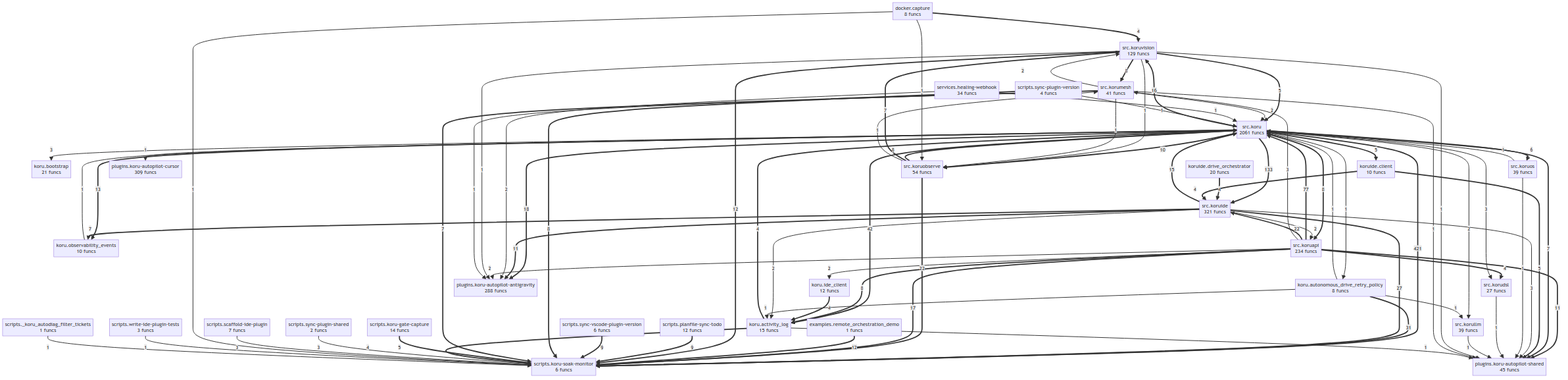
This is project/compact_flow.png from semcod/koru, a Mermaid export, as it was before one commit. Its source is kept beside it as project/compact_flow.mmd.
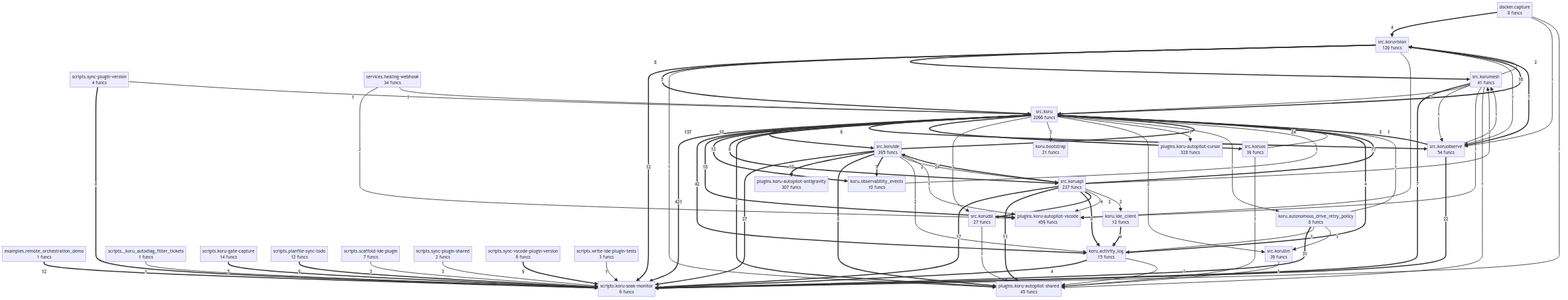
Above is the later version.

Diff of the diagram source:
```diff
@@ -6,11 +6,10 @@
     koru__bootstrap["koru.bootstrap<br/>21 funcs"]
     koru__ide_client["koru.ide_client<br/>12 funcs"]
     koru__observability_events["koru.observability_events<br/>10 funcs"]
-    koruide__client["koruide.client<br/>10 funcs"]
-    koruide__drive_orchestrator["koruide.drive_orchestrator<br/>20 funcs"]
-    plugins__koru_autopilot_antigravity["plugins.koru-autopilot-antigravity<br/>288 funcs"]
-    plugins__koru_autopilot_cursor["plugins.koru-autopilot-cursor<br/>309 funcs"]
+    plugins__koru_autopilot_antigravity["plugins.koru-autopilot-antigravity<br/>307 funcs"]
+    plugins__koru_autopilot_cursor["plugins.koru-autopilot-cursor<br/>328 funcs"]
     plugins__koru_autopilot_shared["plugins.koru-autopilot-shared<br/>45 funcs"]
+    plugins__koru_autopilot_vscode["plugins.koru-autopilot-vscode<br/>459 funcs"]
     scripts___koru_autodiag_filter_tickets["scripts._koru_autodiag_filter_tickets<br/>1 funcs"]
     scripts__koru_gate_capture["scripts.koru-gate-capture<br/>14 funcs"]
     scripts__koru_soak_monitor["scripts.koru-soak-monitor<br/>6 funcs"]
@@ -21,70 +20,66 @@
     scripts__sync_vscode_plugin_version["scripts.sync-vscode-plugin-version<br/>6 funcs"]
     scripts__write_ide_plugin_tests["scripts.write-ide-plugin-tests<br/>3 funcs"]
     services__healing_webhook["services.healing-webhook<br/>34 funcs"]
-    src__koru["src.koru<br/>2061 funcs"]
-    src__koruapi["src.koruapi<br/>234 funcs"]
+    src__koru["src.koru<br/>2066 funcs"]
+    src__koruapi["src.koruapi<br/>237 funcs"]
     src__korudsl["src.korudsl<br/>27 funcs"]
-    src__koruide["src.koruide<br/>321 funcs"]
+    src__koruide["src.koruide<br/>395 funcs"]
     src__korullm["src.korullm<br/>39 funcs"]
     src__korumesh["src.korumesh<br/>41 funcs"]
     src__koruobserve["src.koruobserve<br/>54 funcs"]
     src__koruos["src.koruos<br/>39 funcs"]
     src__koruvision["src.koruvision<br/>129 funcs"]
     src__koru ==>|421| scripts__koru_soak_monitor
-    src__koru ==>|133| src__koruide
+    src__koru ==>|137| src__koruide
     src__koruapi ==>|77| src__koru
     src__koru ==>|42| koru__activity_log
     koru__autonomous_drive_retry_policy ==>|31| scripts__koru_soak_monitor
     src__koruide ==>|27| scripts__koru_soak_monitor
+    src__koruapi ==>|24| src__koruide
+    src__koruide ==>|24| src__koru
     src__koruobserve ==>|22| scripts__koru_soak_monitor
-    src__koruapi ==>|22| src__koruide
-    src__koru ==>|18| plugins__koru_autopilot_antigravity
+    src__koru ==>|18| plugins__koru_autopilot_vscode
     src__koruapi ==>|17| scripts__koru_soak_monitor
     src__koru ==>|16| src__koruvision
-    src__koruide ==>|15| src__koru
     src__koru ==>|13| koru__observability_events
     examples__remote_orchestration_demo ==>|12| scripts__koru_soak_monitor
     src__koruvision ==>|12| scripts__koru_soak_monitor
     src__koruapi ==>|11| plugins__koru_autopilot_shared
-    src__koruide ==>|11| plugins__koru_autopilot_antigravity
+    src__koruide ==>|10| plugins__koru_autopilot_antigravity
     src__koru ==>|10| src__koruobserve
     scripts__planfile_sync_todo ==>|9| scripts__koru_soak_monitor
     scripts__sync_vscode_plugin_version ==>|9| scripts__koru_soak_monitor
     src__koruobserve ==>|8| src__koru
     src__koruapi ==>|8| koru__activity_log
     src__koruvision ==>|8| src__korumesh
+    src__koruide ==>|8| plugins__koru_autopilot_shared
     src__koru ==>|8| src__koruapi
     scripts__sync_plugin_version ==>|8| scripts__koru_soak_monitor
     src__koruobserve ==>|7| src__koruvision
     src__korumesh ==>|7| scripts__koru_soak_monitor
+    src__koru ==>|7| plugins__koru_autopilot_shared
     src__koruide ==>|7| koru__observability_events
-    src__koru ==>|7| plugins__koru_autopilot_shared
     src__koru ==>|6| src__koruos
     src__koruvision ==>|5| src__koru
-    koruide__client ==>|5| plugins__koru_autopilot_shared
-    src__koru ==>|5| koruide__client
     scripts__koru_gate_capture ==>|5| scripts__koru_soak_monitor
-    koruide__drive_orchestrator ==>|4| src__koruide
-    koruide__client ==>|4| src__koruide
+    src__koruapi ==>|4| src__korudsl
     koru__ide_client ==>|4| koru__activity_log
     koru__activity_log ==>|4| src__koru
     koru__activity_log ==>|4| scripts__koru_soak_monitor
     docker__capture ==>|4| src__koruvision
-    src__koruapi ==>|4| src__korudsl
-    src__koruide -->|3| plugins__koru_autopilot_shared
+    src__koruapi -->|3| src__korumesh
     src__koru -->|3| src__korudsl
     src__koru -->|3| koru__bootstrap
     scripts__sync_plugin_shared -->|3| scripts__koru_soak_monitor
     scripts__scaffold_ide_plugin -->|3| scripts__koru_soak_monitor
-    src__koruapi -->|3| src__korumesh
-    services__healing_webhook -->|2| plugins__koru_autopilot_antigravity
-    src__koruapi -->|2| plugins__koru_autopilot_antigravity
+    services__healing_webhook -->|2| plugins__koru_autopilot_vscode
+    src__koruapi -->|2| plugins__koru_autopilot_vscode
+    src__koruapi -->|2| koru__ide_client
     src__korumesh -->|2| src__koru
     src__korumesh -->|2| src__koruvision
     src__koruide -->|2| koru__activity_log
+    src__koru -->|2| src__korullm
     src__koruide -->|2| src__koruapi
-    src__koru -->|2| src__korullm
-    src__koruapi -->|2| koru__ide_client
     services__healing_webhook -->|1| src__koru
     src__koruobserve -->|1| src__korumesh
     src__koruos -->|1| plugins__koru_autopilot_shared
@@ -92,11 +87,12 @@
     src__korudsl -->|1| plugins__koru_autopilot_shared
     src__korullm -->|1| plugins__koru_autopilot_shared
     src__koruvision -->|1| plugins__koru_autopilot_shared
-    src__koruvision -->|1| plugins__koru_autopilot_antigravity
+    src__koruvision -->|1| plugins__koru_autopilot_vscode
     src__koruvision -->|1| src__koruobserve
     src__korumesh -->|1| src__koruobserve
-    src__korumesh -->|1| plugins__koru_autopilot_antigravity
+    src__korumesh -->|1| plugins__koru_autopilot_vscode
     src__korumesh -->|1| plugins__koru_autopilot_shared
+    src__koruide -->|1| plugins__koru_autopilot_vscode
     src__koru -->|1| plugins__koru_autopilot_cursor
     koru__autonomous_drive_retry_policy -->|1| koru__activity_log
     koru__autonomous_drive_retry_policy -->|1| src__korullm
```
